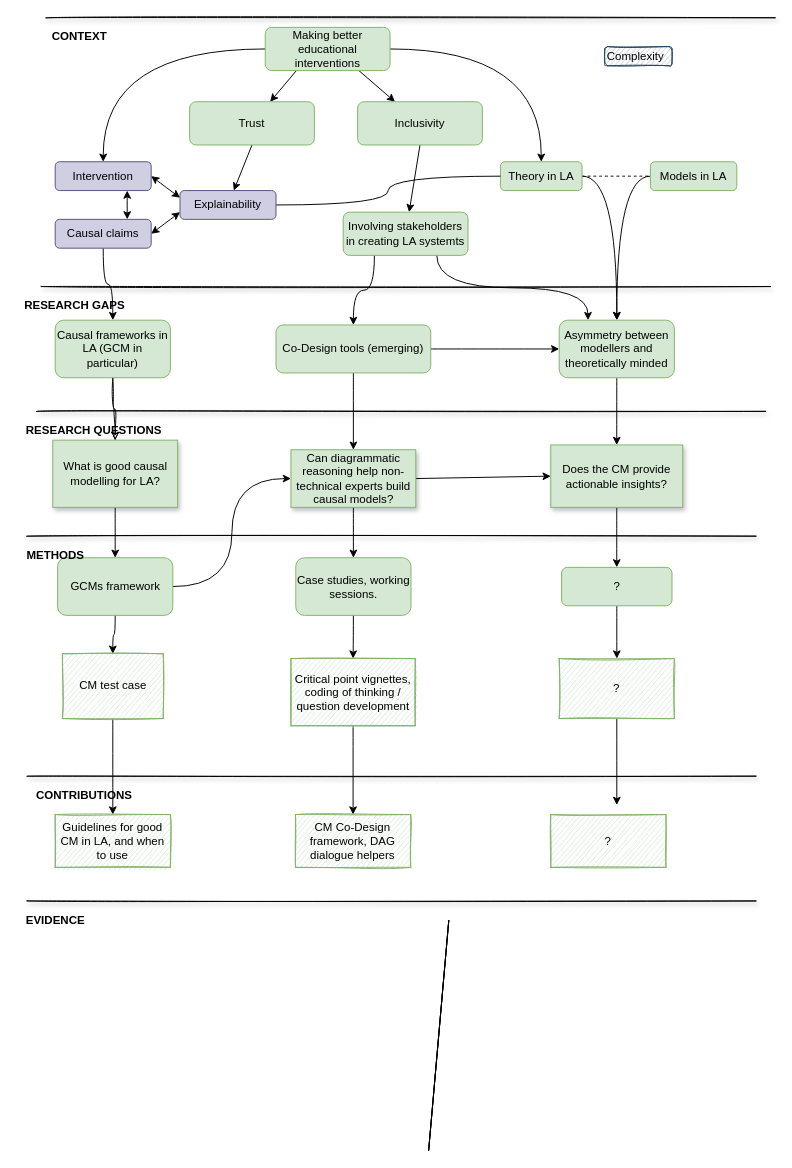
The draw.io diagram page "Page-3" (3 of 3) of Thesis diagram 8.drawio in benwhicks/phd, before the edit. Source tidied: cells renumbered, new cells numbered last; positions are measured from the earlier drawing's top-left corner, leaving out a move shared by most shapes. Both pictures are drawn from the tidied source at 96%, with x=0, y=0 at pixel (16, 17).
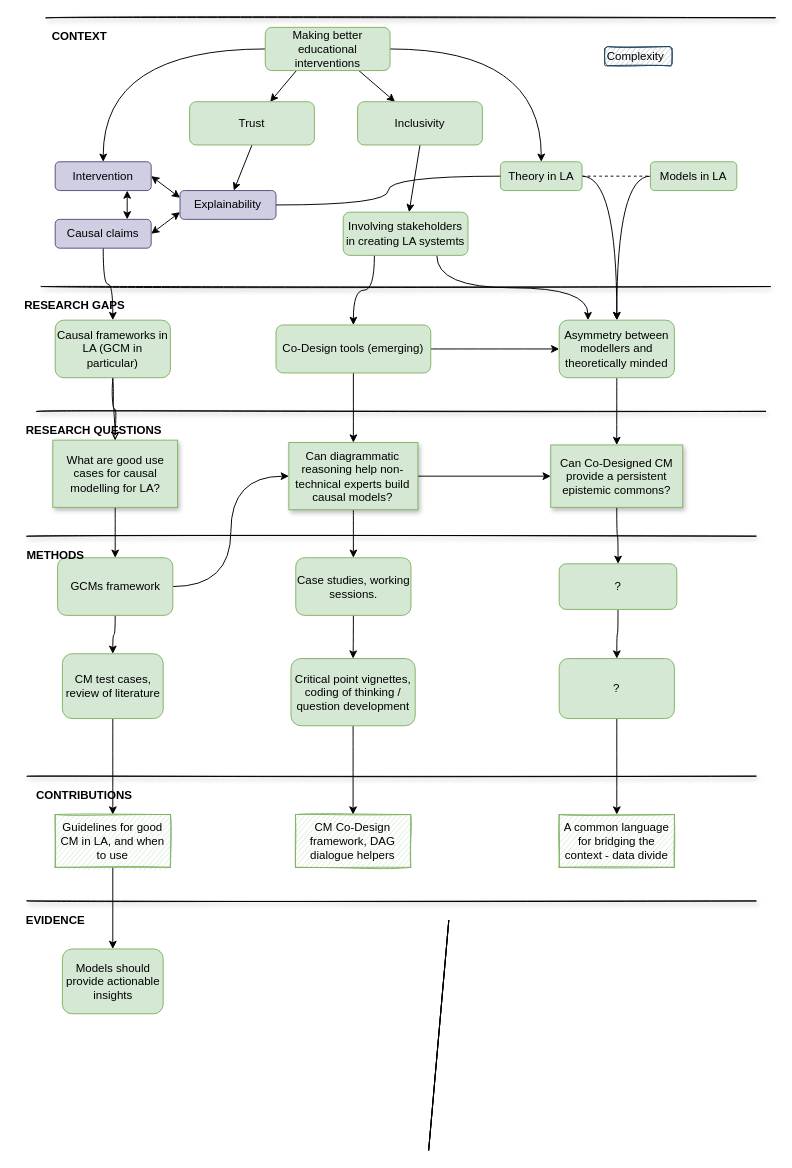
Above is the later version.

The change refers to these unchanged cells:
```xml
<mxCell id="74" value="Guidelines for good CM in LA, and when to use" style="whiteSpace=wrap;html=1;rounded=0;shadow=0;glass=0;sketch=1;fillColor=#d5e8d4;strokeColor=#82b366;" parent="1" vertex="1">
  <mxGeometry x="40" y="830" width="120" height="55" as="geometry" />
</mxCell>
```

Change to the diagram source:
```diff
@@
-    <mxCell id="6" value="Does the CM provide actionable insights?" style="rounded=0;whiteSpace=wrap;html=1;fillColor=#d5e8d4;strokeColor=#82b366;glass=0;sketch=0;shadow=1;" parent="1" vertex="1">
+    <mxCell id="6" value="Can Co-Designed CM provide a persistent epistemic commons?" style="rounded=0;whiteSpace=wrap;html=1;fillColor=#d5e8d4;strokeColor=#82b366;glass=0;sketch=0;shadow=1;" parent="1" vertex="1">
       <mxGeometry x="556.2" y="445" width="137.5" height="65" as="geometry" />
     </mxCell>
@@
     <mxCell id="8" value="?" style="rounded=1;whiteSpace=wrap;html=1;fillColor=#d5e8d4;strokeColor=#82b366;" parent="1" vertex="1">
-      <mxGeometry x="567.5" y="572.5" width="115" height="40" as="geometry" />
+      <mxGeometry x="565" y="568.8" width="122.5" height="47.5" as="geometry" />
     </mxCell>
@@
     <mxCell id="24" value="Can diagrammatic reasoning help non-technical experts build causal models?" style="rounded=0;whiteSpace=wrap;html=1;fillColor=#d5e8d4;strokeColor=#82b366;sketch=0;shadow=1;" parent="1" vertex="1">
-      <mxGeometry x="285.6" y="450" width="130" height="60" as="geometry" />
+      <mxGeometry x="283.4" y="442.5" width="134.4" height="70" as="geometry" />
     </mxCell>
@@
-    <mxCell id="34" value="What is good causal modelling for LA?" style="whiteSpace=wrap;html=1;fillColor=#d5e8d4;strokeColor=#82b366;sketch=0;shadow=1;" parent="1" vertex="1">
+    <mxCell id="34" value="What are good use cases for causal modelling for LA?" style="whiteSpace=wrap;html=1;fillColor=#d5e8d4;strokeColor=#82b366;sketch=0;shadow=1;" parent="1" vertex="1">
       <mxGeometry x="37.5" y="440" width="130" height="70" as="geometry" />
     </mxCell>
@@
-    <mxCell id="39" value="CM test case" style="rounded=0;whiteSpace=wrap;html=1;sketch=1;fillColor=#d5e8d4;strokeColor=#82b366;gradientColor=none;shadow=0;" parent="1" vertex="1">
+    <mxCell id="39" value="CM test cases, review of literature" style="rounded=1;whiteSpace=wrap;html=1;sketch=0;fillColor=#d5e8d4;strokeColor=#82b366;gradientColor=none;shadow=0;" parent="1" vertex="1">
       <mxGeometry x="47.5" y="662.5" width="105" height="67.5" as="geometry" />
     </mxCell>
@@
-    <mxCell id="50" style="edgeStyle=orthogonalEdgeStyle;curved=1;rounded=0;sketch=0;jettySize=auto;html=1;exitX=0.5;exitY=1;exitDx=0;exitDy=0;startArrow=none;startFill=0;endArrow=classic;endFill=1;" parent="1" edge="1" source="51">
-      <mxGeometry relative="1" as="geometry">
-        <mxPoint x="625" y="820" as="targetPoint" />
-      </mxGeometry>
+    <mxCell id="50" style="edgeStyle=orthogonalEdgeStyle;curved=1;rounded=0;sketch=0;jettySize=auto;html=1;exitX=0.5;exitY=1;exitDx=0;exitDy=0;startArrow=none;startFill=0;endArrow=classic;endFill=1;entryX=0.5;entryY=0;entryDx=0;entryDy=0;" parent="1" edge="1" source="51" target="75">
+      <mxGeometry relative="1" as="geometry" />
     </mxCell>
-    <mxCell id="51" value="?" style="whiteSpace=wrap;html=1;rounded=0;shadow=0;glass=0;sketch=1;fillColor=#d5e8d4;strokeColor=#82b366;" parent="1" vertex="1">
+    <mxCell id="51" value="?" style="whiteSpace=wrap;html=1;rounded=1;shadow=0;glass=0;sketch=0;fillColor=#d5e8d4;strokeColor=#82b366;" parent="1" vertex="1">
       <mxGeometry x="565" y="667.5" width="120" height="62.5" as="geometry" />
     </mxCell>
@@
-    <mxCell id="53" value="Critical point vignettes, coding of thinking / question development" style="whiteSpace=wrap;html=1;rounded=0;shadow=0;glass=0;sketch=1;fillColor=#d5e8d4;strokeColor=#82b366;" parent="1" vertex="1">
+    <mxCell id="53" value="Critical point vignettes, coding of thinking / question development" style="whiteSpace=wrap;html=1;rounded=1;shadow=0;glass=0;sketch=0;fillColor=#d5e8d4;strokeColor=#82b366;" parent="1" vertex="1">
       <mxGeometry x="285.6" y="667.5" width="129.4" height="70" as="geometry" />
     </mxCell>
@@
+    <mxCell id="76" style="edgeStyle=none;rounded=0;jettySize=auto;html=1;exitX=0.5;exitY=1;exitDx=0;exitDy=0;entryX=0.5;entryY=0;entryDx=0;entryDy=0;" parent="1" edge="1" source="74" target="77">
+      <mxGeometry relative="1" as="geometry" />
+    </mxCell>
@@
-    <mxCell id="75" value="?" style="whiteSpace=wrap;html=1;rounded=0;shadow=0;glass=0;sketch=1;fillColor=#d5e8d4;strokeColor=#82b366;" parent="1" vertex="1">
-      <mxGeometry x="556.2" y="830" width="120" height="55" as="geometry" />
+    <mxCell id="75" value="A common language for bridging the context - data divide" style="whiteSpace=wrap;html=1;rounded=0;shadow=0;glass=0;sketch=1;fillColor=#d5e8d4;strokeColor=#82b366;" parent="1" vertex="1">
+      <mxGeometry x="565" y="830" width="120" height="55" as="geometry" />
     </mxCell>
+    <mxCell id="77" value="Models should provide actionable insights" style="rounded=1;whiteSpace=wrap;html=1;sketch=0;fillColor=#d5e8d4;strokeColor=#82b366;gradientColor=none;shadow=0;" parent="1" vertex="1">
+      <mxGeometry x="47.5" y="970" width="105" height="67.5" as="geometry" />
+    </mxCell>
```
